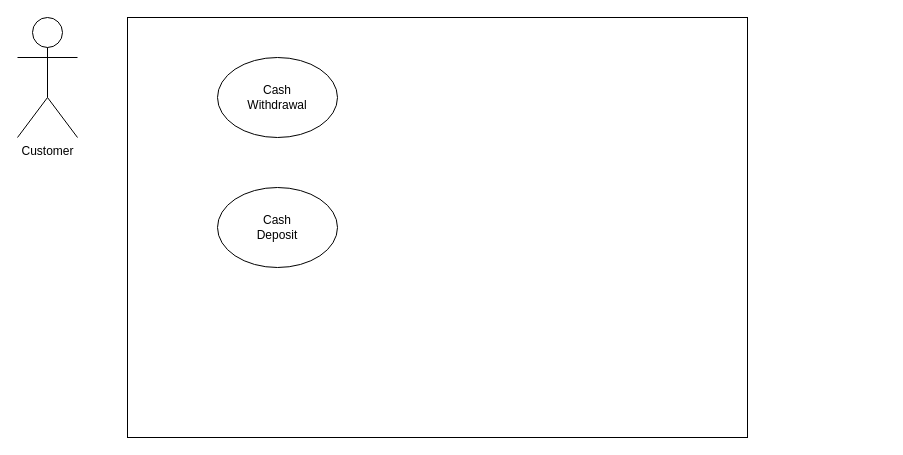
This is CS308Diagram.drawio from Theobourne/diagramsCS308, a draw.io file, before an edit. Source tidied: cells renumbered, new cells numbered last; positions are measured from the earlier drawing's top-left corner, leaving out a move shared by most shapes. Both pictures are drawn from the tidied source at 100%, with x=0, y=0 at pixel (17, 17).
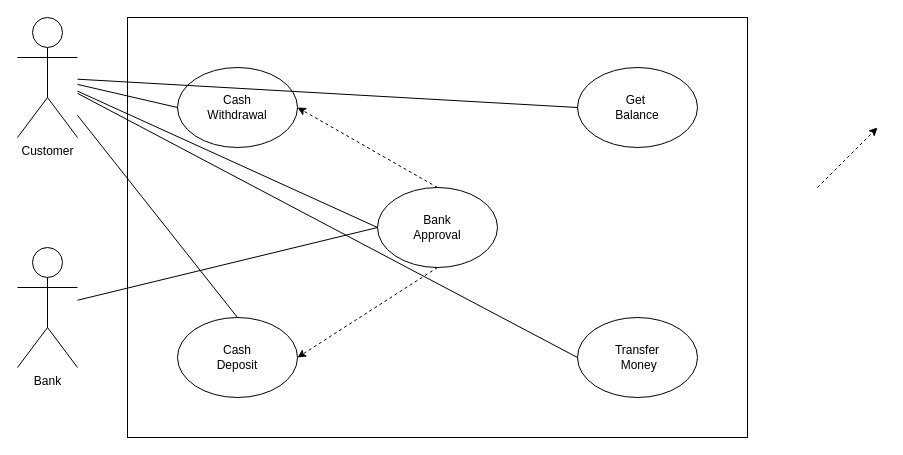
The same diagram, later.

The edit, as a diff of the source:
```diff
@@
 <mxGraphModel>
   <root>
     <mxCell id="0" />
     <mxCell id="1" parent="0" />
     <mxCell id="2" value="Customer&lt;br&gt;" style="shape=umlActor;verticalLabelPosition=bottom;verticalAlign=top;html=1;outlineConnect=0;" parent="1" vertex="1">
       <mxGeometry width="60" height="120" as="geometry" />
     </mxCell>
     <mxCell id="3" style="rounded=0;whiteSpace=wrap;html=1;" parent="1" vertex="1">
       <mxGeometry x="110" width="620" height="420" as="geometry" />
     </mxCell>
     <mxCell id="4" value="Cash &lt;br&gt;Withdrawal" style="ellipse;whiteSpace=wrap;html=1;" parent="1" vertex="1">
-      <mxGeometry x="200" y="40" width="120" height="80" as="geometry" />
+      <mxGeometry x="160" y="50" width="120" height="80" as="geometry" />
     </mxCell>
     <mxCell id="5" value="Cash&lt;br&gt;Deposit" style="ellipse;whiteSpace=wrap;html=1;" parent="1" vertex="1">
-      <mxGeometry x="200" y="170" width="120" height="80" as="geometry" />
+      <mxGeometry x="160" y="300" width="120" height="80" as="geometry" />
     </mxCell>
+    <mxCell id="6" value="Bank&lt;br&gt;Approval" style="ellipse;whiteSpace=wrap;html=1;" parent="1" vertex="1">
+      <mxGeometry x="360" y="170" width="120" height="80" as="geometry" />
+    </mxCell>
+    <mxCell id="7" value="Bank" style="shape=umlActor;verticalLabelPosition=bottom;verticalAlign=top;html=1;outlineConnect=0;" parent="1" vertex="1">
+      <mxGeometry y="230" width="60" height="120" as="geometry" />
+    </mxCell>
+    <mxCell id="8" style="html=1;labelBackgroundColor=#ffffff;startArrow=none;startFill=0;startSize=6;endArrow=classic;endFill=1;endSize=6;jettySize=auto;strokeWidth=1;dashed=1;fontSize=14;rounded=0;exitX=0.5;exitY=1;exitDx=0;exitDy=0;entryX=1;entryY=0.5;entryDx=0;entryDy=0;" parent="1" edge="1" source="6" target="5">
+      <mxGeometry relative="1" as="geometry" />
+    </mxCell>
+    <mxCell id="9" style="html=1;labelBackgroundColor=#ffffff;startArrow=none;startFill=0;startSize=6;endArrow=classic;endFill=1;endSize=6;jettySize=auto;strokeWidth=1;dashed=1;fontSize=14;rounded=0;entryX=1;entryY=0.5;entryDx=0;entryDy=0;exitX=0.5;exitY=0;exitDx=0;exitDy=0;" parent="1" edge="1" source="6" target="4">
+      <mxGeometry relative="1" as="geometry" />
+    </mxCell>
+    <mxCell id="10" style="html=1;labelBackgroundColor=#ffffff;startArrow=none;startFill=0;startSize=6;endArrow=classic;endFill=1;endSize=6;jettySize=auto;orthogonalLoop=1;strokeWidth=1;dashed=1;fontSize=14;rounded=0;" parent="1" edge="1">
+      <mxGeometry relative="1" as="geometry">
+        <mxPoint x="800" y="170" as="sourcePoint" />
+        <mxPoint x="860" y="110" as="targetPoint" />
+      </mxGeometry>
+    </mxCell>
+    <mxCell id="11" value="Transfer&lt;br&gt;&amp;nbsp;Money" style="ellipse;whiteSpace=wrap;html=1;" parent="1" vertex="1">
+      <mxGeometry x="560" y="300" width="120" height="80" as="geometry" />
+    </mxCell>
+    <mxCell id="12" value="Get&amp;nbsp;&lt;br&gt;Balance" style="ellipse;whiteSpace=wrap;html=1;" parent="1" vertex="1">
+      <mxGeometry x="560" y="50" width="120" height="80" as="geometry" />
+    </mxCell>
+    <mxCell id="13" style="endArrow=none;html=1;rounded=0;entryX=0;entryY=0.5;entryDx=0;entryDy=0;" parent="1" edge="1" source="7" target="6">
+      <mxGeometry relative="1" as="geometry" />
+    </mxCell>
+    <mxCell id="14" style="endArrow=none;html=1;rounded=0;entryX=0;entryY=0.5;entryDx=0;entryDy=0;" parent="1" edge="1" source="2" target="6">
+      <mxGeometry relative="1" as="geometry" />
+    </mxCell>
+    <mxCell id="15" style="endArrow=none;html=1;rounded=0;entryX=0.5;entryY=0;entryDx=0;entryDy=0;" parent="1" edge="1" source="2" target="5">
+      <mxGeometry relative="1" as="geometry" />
+    </mxCell>
+    <mxCell id="16" style="endArrow=none;html=1;rounded=0;exitX=0;exitY=0.5;exitDx=0;exitDy=0;" parent="1" edge="1" source="11" target="2">
+      <mxGeometry relative="1" as="geometry" />
+    </mxCell>
+    <mxCell id="17" style="endArrow=none;html=1;rounded=0;entryX=0;entryY=0.5;entryDx=0;entryDy=0;" parent="1" edge="1" source="2" target="4">
+      <mxGeometry relative="1" as="geometry" />
+    </mxCell>
+    <mxCell id="18" style="endArrow=none;html=1;rounded=0;entryX=0;entryY=0.5;entryDx=0;entryDy=0;" parent="1" edge="1" source="2" target="12">
+      <mxGeometry relative="1" as="geometry" />
+    </mxCell>
   </root>
 </mxGraphModel>
```
